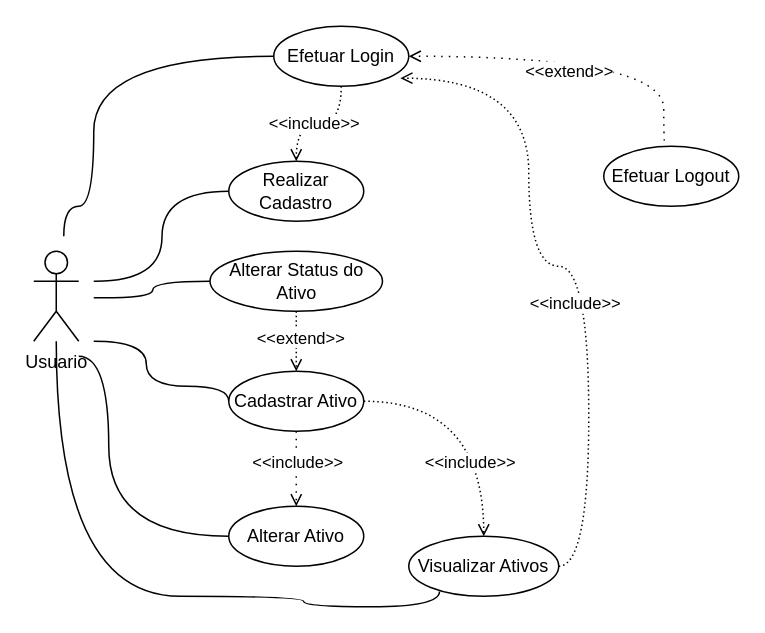
Above: page "Página-1" (1 of 2) of DevOps/Diagrama de Software EasyFood.drawio in LucasBO7/senai-curso-repos-semestre-4 (draw.io), before the change. Source tidied: cells renumbered, new cells numbered last; positions are measured from the earlier drawing's top-left corner, leaving out a move shared by most shapes. Both pictures are drawn from the tidied source at 150%, with x=0, y=0 at pixel (33, 26).
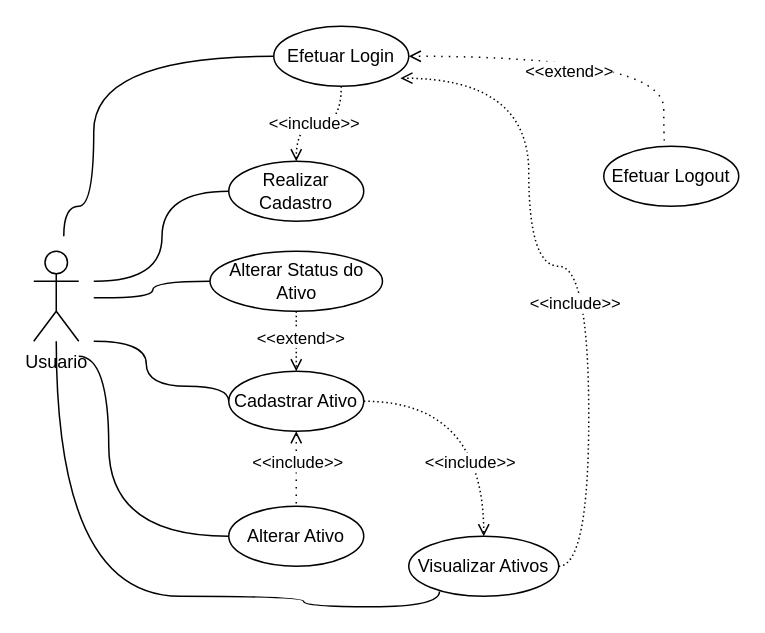
The same page after the edit.

The change refers to these unchanged cells:
```xml
<mxCell id="15" value="Cadastrar Ativo" style="ellipse;whiteSpace=wrap;html=1;" parent="1" vertex="1">
  <mxGeometry x="130" y="230" width="90" height="40" as="geometry" />
</mxCell>
<mxCell id="16" value="Alterar Ativo" style="ellipse;whiteSpace=wrap;html=1;" parent="1" vertex="1">
  <mxGeometry x="130" y="320" width="90" height="40" as="geometry" />
</mxCell>
```

The edit, as a diff of the source:
```diff
@@
-    <mxCell id="11" style="edgeStyle=orthogonalEdgeStyle;rounded=0;jettySize=auto;html=1;endArrow=open;endFill=0;dashed=1;dashPattern=1 4;" parent="1" edge="1" source="15" target="16">
+    <mxCell id="11" style="edgeStyle=orthogonalEdgeStyle;rounded=0;jettySize=auto;html=1;endArrow=none;endFill=0;dashed=1;dashPattern=1 4;startArrow=open;startFill=0;" parent="1" edge="1" source="15" target="16">
       <mxGeometry relative="1" as="geometry" />
     </mxCell>
```
